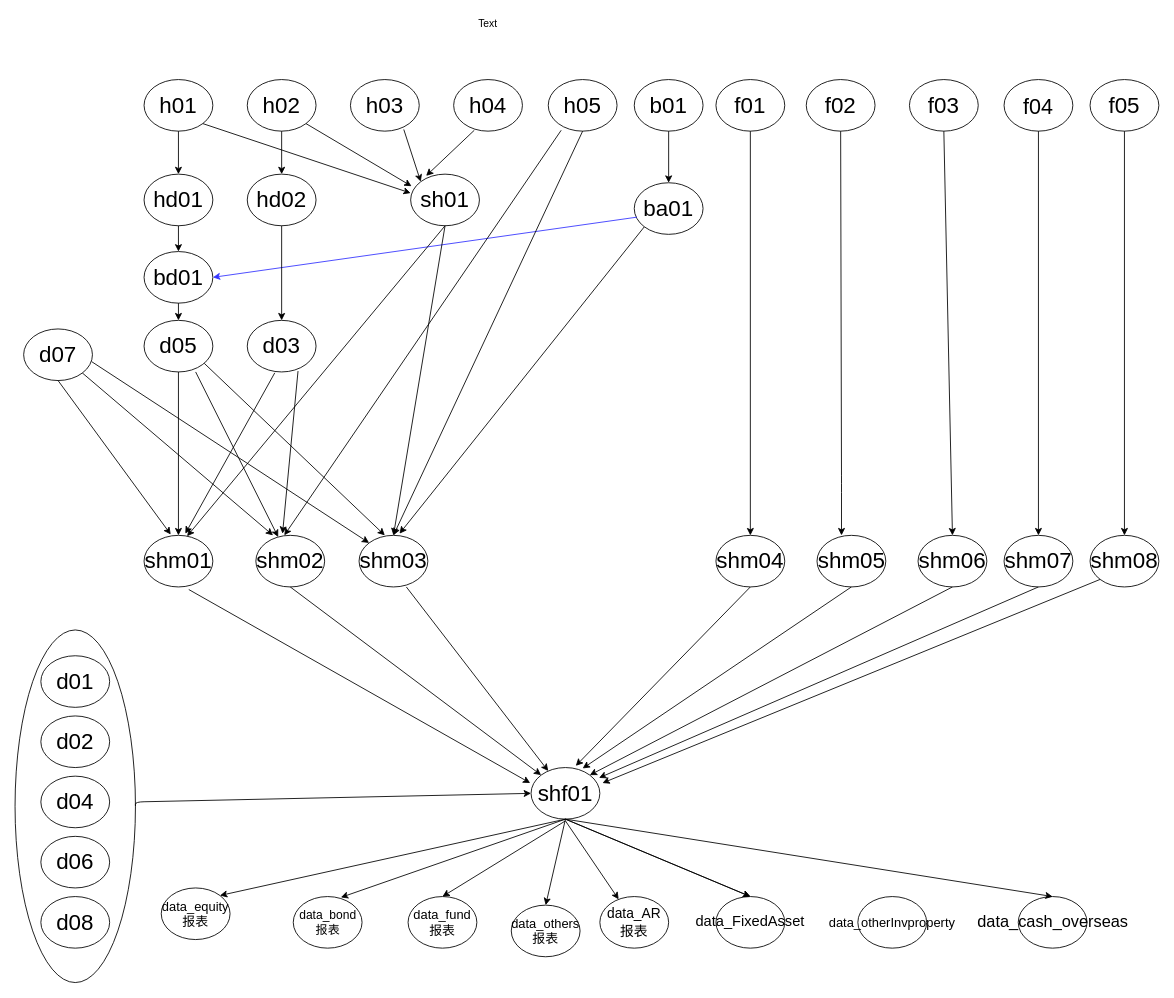
Earlier version of the draw.io diagram taskTreeChat.drawio (gebifeixiang/investment). Source tidied: cells renumbered, new cells numbered last; positions are measured from the earlier drawing's top-left corner, leaving out a move shared by most shapes. Both pictures are drawn from the tidied source at 86%, with x=0, y=0 at pixel (15, 15).
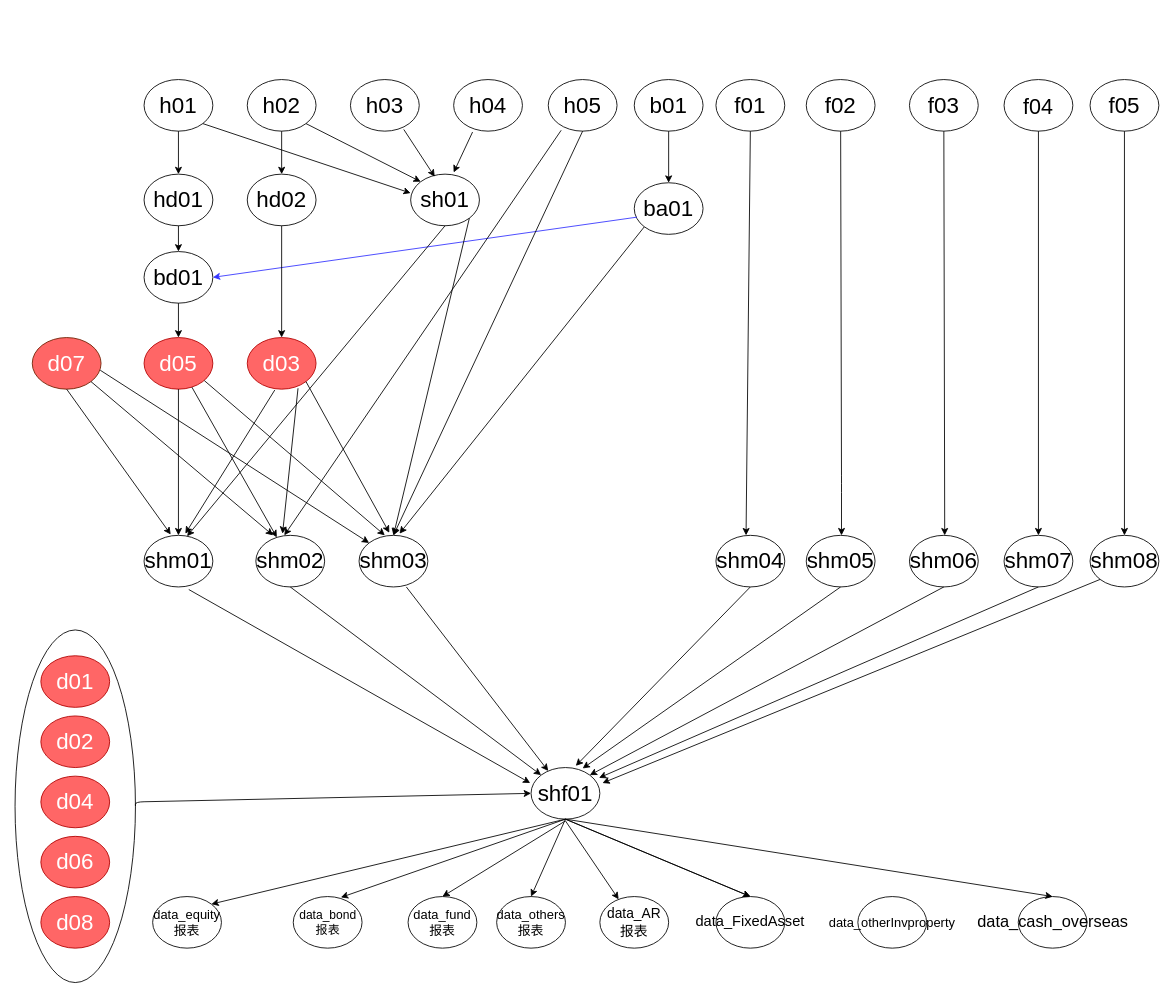
The same diagram, later.

The change refers to these unchanged cells:
```xml
<mxCell id="3" value="&lt;font style=&quot;font-size: 26px&quot;&gt;h04&lt;/font&gt;" style="ellipse;whiteSpace=wrap;html=1;" parent="1" vertex="1">
  <mxGeometry x="510" y="75" width="80" height="60" as="geometry" />
</mxCell>
<mxCell id="5" value="&lt;font style=&quot;font-size: 26px&quot;&gt;h02&lt;/font&gt;" style="ellipse;whiteSpace=wrap;html=1;strokeColor=#000000;strokeWidth=1;" parent="1" vertex="1">
  <mxGeometry x="270" y="75" width="80" height="60" as="geometry" />
</mxCell>
<mxCell id="6" value="&lt;font style=&quot;font-size: 26px&quot;&gt;h03&lt;/font&gt;" style="ellipse;whiteSpace=wrap;html=1;" parent="1" vertex="1">
  <mxGeometry x="390" y="75" width="80" height="60" as="geometry" />
</mxCell>
<mxCell id="7" value="&lt;font style=&quot;font-size: 25px&quot;&gt;f04&lt;/font&gt;" style="ellipse;whiteSpace=wrap;html=1;" parent="1" vertex="1">
  <mxGeometry x="1150" y="75" width="80" height="60" as="geometry" />
</mxCell>
<mxCell id="8" value="&lt;font style=&quot;font-size: 26px&quot;&gt;f03&lt;/font&gt;" style="ellipse;whiteSpace=wrap;html=1;" parent="1" vertex="1">
  <mxGeometry x="1040" y="75" width="80" height="60" as="geometry" />
</mxCell>
<mxCell id="10" value="&lt;font style=&quot;font-size: 26px&quot;&gt;f01&lt;/font&gt;" style="ellipse;whiteSpace=wrap;html=1;" parent="1" vertex="1">
  <mxGeometry x="815" y="75" width="80" height="60" as="geometry" />
</mxCell>
<mxCell id="18" value="&lt;font style=&quot;font-size: 26px&quot;&gt;shm04&lt;/font&gt;" style="ellipse;whiteSpace=wrap;html=1;" parent="1" vertex="1">
  <mxGeometry x="815" y="605" width="80" height="60" as="geometry" />
</mxCell>
<mxCell id="19" value="&lt;font style=&quot;font-size: 26px&quot;&gt;shm03&lt;/font&gt;" style="ellipse;whiteSpace=wrap;html=1;" parent="1" vertex="1">
  <mxGeometry x="400" y="605" width="80" height="60" as="geometry" />
</mxCell>
<mxCell id="20" value="&lt;font style=&quot;font-size: 26px&quot;&gt;shm02&lt;/font&gt;" style="ellipse;whiteSpace=wrap;html=1;" parent="1" vertex="1">
  <mxGeometry x="280" y="605" width="80" height="60" as="geometry" />
</mxCell>
<mxCell id="23" value="&lt;font style=&quot;font-size: 26px&quot;&gt;shm07&lt;/font&gt;" style="ellipse;whiteSpace=wrap;html=1;" parent="1" vertex="1">
  <mxGeometry x="1150" y="605" width="80" height="60" as="geometry" />
</mxCell>
<mxCell id="32" value="&lt;font style=&quot;font-size: 26px&quot;&gt;sh01&lt;/font&gt;" style="ellipse;whiteSpace=wrap;html=1;" parent="1" vertex="1">
  <mxGeometry x="460" y="185" width="80" height="60" as="geometry" />
</mxCell>
```

Diff of the diagram source:
```diff
@@
     <mxCell id="17" value="&lt;font style=&quot;font-size: 26px&quot;&gt;shm05&lt;/font&gt;" style="ellipse;whiteSpace=wrap;html=1;" parent="1" vertex="1">
-      <mxGeometry x="932.5" y="605" width="80" height="60" as="geometry" />
+      <mxGeometry x="920" y="605" width="80" height="60" as="geometry" />
     </mxCell>
@@
     <mxCell id="24" value="&lt;font style=&quot;font-size: 26px&quot;&gt;shm06&lt;/font&gt;" style="ellipse;whiteSpace=wrap;html=1;" parent="1" vertex="1">
-      <mxGeometry x="1050" y="605" width="80" height="60" as="geometry" />
+      <mxGeometry x="1040" y="605" width="80" height="60" as="geometry" />
     </mxCell>
@@
-    <mxCell id="31" value="&lt;font style=&quot;font-size: 26px&quot;&gt;d07&lt;/font&gt;" style="ellipse;whiteSpace=wrap;html=1;" parent="1" vertex="1">
-      <mxGeometry x="10" y="365" width="80" height="60" as="geometry" />
+    <mxCell id="31" value="&lt;font style=&quot;font-size: 26px&quot;&gt;d07&lt;/font&gt;" style="ellipse;whiteSpace=wrap;html=1;fillColor=#FF6666;strokeColor=#6D1F00;fontColor=#ffffff;" parent="1" vertex="1">
+      <mxGeometry x="20" y="375" width="80" height="60" as="geometry" />
     </mxCell>
@@
-    <mxCell id="34" value="&lt;font style=&quot;font-size: 26px&quot;&gt;d05&lt;/font&gt;" style="ellipse;whiteSpace=wrap;html=1;" parent="1" vertex="1">
-      <mxGeometry x="150" y="355" width="80" height="60" as="geometry" />
+    <mxCell id="34" value="&lt;font style=&quot;font-size: 26px&quot;&gt;d05&lt;/font&gt;" style="ellipse;whiteSpace=wrap;html=1;fillColor=#FF6666;strokeColor=#B20000;fontColor=#ffffff;" parent="1" vertex="1">
+      <mxGeometry x="150" y="375" width="80" height="60" as="geometry" />
     </mxCell>
@@
-    <mxCell id="36" value="&lt;font style=&quot;font-size: 26px&quot;&gt;d03&lt;/font&gt;" style="ellipse;whiteSpace=wrap;html=1;" parent="1" vertex="1">
-      <mxGeometry x="270" y="355" width="80" height="60" as="geometry" />
+    <mxCell id="36" value="&lt;font style=&quot;font-size: 26px&quot;&gt;d03&lt;/font&gt;" style="ellipse;whiteSpace=wrap;html=1;fillColor=#FF6666;strokeColor=#B20000;fontColor=#ffffff;" parent="1" vertex="1">
+      <mxGeometry x="270" y="375" width="80" height="60" as="geometry" />
     </mxCell>
@@
-    <mxCell id="41" style="endArrow=classic;html=1;" parent="1" edge="1" target="20">
-      <mxGeometry relative="1" as="geometry">
-        <mxPoint x="210" y="415" as="sourcePoint" />
-      </mxGeometry>
+    <mxCell id="41" style="endArrow=classic;html=1;" parent="1" edge="1" source="34" target="20">
+      <mxGeometry relative="1" as="geometry" />
     </mxCell>
@@
-    <mxCell id="46" value="&lt;font style=&quot;font-size: 26px&quot;&gt;d01&lt;/font&gt;" style="ellipse;whiteSpace=wrap;html=1;" parent="1" vertex="1">
+    <mxCell id="46" value="&lt;font style=&quot;font-size: 26px&quot;&gt;d01&lt;/font&gt;" style="ellipse;whiteSpace=wrap;html=1;fillColor=#FF6666;strokeColor=#B20000;fontColor=#ffffff;" parent="1" vertex="1">
       <mxGeometry x="30" y="745" width="80" height="60" as="geometry" />
     </mxCell>
-    <mxCell id="47" value="&lt;font style=&quot;font-size: 26px&quot;&gt;d04&lt;/font&gt;" style="ellipse;whiteSpace=wrap;html=1;" parent="1" vertex="1">
+    <mxCell id="47" value="&lt;font style=&quot;font-size: 26px&quot;&gt;d04&lt;/font&gt;" style="ellipse;whiteSpace=wrap;html=1;fillColor=#FF6666;strokeColor=#B20000;fontColor=#ffffff;" parent="1" vertex="1">
       <mxGeometry x="30" y="885" width="80" height="60" as="geometry" />
     </mxCell>
-    <mxCell id="48" value="&lt;font style=&quot;font-size: 26px&quot;&gt;d02&lt;/font&gt;" style="ellipse;whiteSpace=wrap;html=1;" parent="1" vertex="1">
+    <mxCell id="48" value="&lt;font style=&quot;font-size: 26px&quot;&gt;d02&lt;/font&gt;" style="ellipse;whiteSpace=wrap;html=1;fillColor=#FF6666;strokeColor=#B20000;fontColor=#ffffff;" parent="1" vertex="1">
       <mxGeometry x="30" y="815" width="80" height="60" as="geometry" />
     </mxCell>
-    <mxCell id="49" value="&lt;font style=&quot;font-size: 26px&quot;&gt;d06&lt;/font&gt;" style="ellipse;whiteSpace=wrap;html=1;" parent="1" vertex="1">
+    <mxCell id="49" value="&lt;font style=&quot;font-size: 26px&quot;&gt;d06&lt;/font&gt;" style="ellipse;whiteSpace=wrap;html=1;fillColor=#FF6666;strokeColor=#B20000;fontColor=#ffffff;" parent="1" vertex="1">
       <mxGeometry x="30" y="955" width="80" height="60" as="geometry" />
     </mxCell>
-    <mxCell id="50" value="&lt;font style=&quot;font-size: 26px&quot;&gt;d08&lt;/font&gt;" style="ellipse;whiteSpace=wrap;html=1;" parent="1" vertex="1">
+    <mxCell id="50" value="&lt;font style=&quot;font-size: 26px&quot;&gt;d08&lt;/font&gt;" style="ellipse;whiteSpace=wrap;html=1;fillColor=#FF6666;strokeColor=#B20000;fontColor=#ffffff;" parent="1" vertex="1">
       <mxGeometry x="30" y="1025" width="80" height="60" as="geometry" />
     </mxCell>
     <mxCell id="51" value="&lt;font style=&quot;font-size: 15px&quot;&gt;data_equity报表&lt;/font&gt;" style="ellipse;whiteSpace=wrap;html=1;" parent="1" vertex="1">
-      <mxGeometry x="170" y="1015" width="80" height="60" as="geometry" />
+      <mxGeometry x="160" y="1025" width="80" height="60" as="geometry" />
     </mxCell>
@@
     <mxCell id="54" value="&lt;font style=&quot;font-size: 15px&quot;&gt;data_others报表&lt;/font&gt;" style="ellipse;whiteSpace=wrap;html=1;" parent="1" vertex="1">
-      <mxGeometry x="577" y="1035" width="80" height="60" as="geometry" />
+      <mxGeometry x="560" y="1025" width="80" height="60" as="geometry" />
     </mxCell>
@@
-    <mxCell id="69" style="endArrow=classic;html=1;exitX=1;exitY=1;exitDx=0;exitDy=0;entryX=0.013;entryY=0.233;entryDx=0;entryDy=0;entryPerimeter=0;" parent="1" edge="1" source="5" target="32">
+    <mxCell id="69" style="endArrow=classic;html=1;exitX=1;exitY=1;exitDx=0;exitDy=0;entryX=0;entryY=0;entryDx=0;entryDy=0;" parent="1" edge="1" source="5" target="32">
       <mxGeometry relative="1" as="geometry" />
     </mxCell>
-    <mxCell id="70" style="endArrow=classic;html=1;exitX=0.775;exitY=0.967;exitDx=0;exitDy=0;exitPerimeter=0;entryX=0;entryY=0;entryDx=0;entryDy=0;" parent="1" edge="1" source="6" target="32">
+    <mxCell id="70" style="endArrow=classic;html=1;exitX=0.775;exitY=0.967;exitDx=0;exitDy=0;exitPerimeter=0;entryX=0.35;entryY=0.05;entryDx=0;entryDy=0;entryPerimeter=0;" parent="1" edge="1" source="6" target="32">
       <mxGeometry relative="1" as="geometry" />
     </mxCell>
-    <mxCell id="71" style="endArrow=classic;html=1;exitX=0.3;exitY=0.983;exitDx=0;exitDy=0;exitPerimeter=0;entryX=0.225;entryY=0.033;entryDx=0;entryDy=0;entryPerimeter=0;" parent="1" edge="1" source="3" target="32">
-      <mxGeometry relative="1" as="geometry" />
-    </mxCell>
@@
-    <mxCell id="73" style="endArrow=classic;html=1;entryX=0.5;entryY=0;entryDx=0;entryDy=0;" parent="1" edge="1" target="19">
-      <mxGeometry relative="1" as="geometry">
-        <mxPoint x="500" y="245" as="sourcePoint" />
-      </mxGeometry>
+    <mxCell id="73" style="endArrow=classic;html=1;entryX=0.5;entryY=0;entryDx=0;entryDy=0;exitX=1;exitY=1;exitDx=0;exitDy=0;" parent="1" edge="1" source="32" target="19">
+      <mxGeometry relative="1" as="geometry" />
     </mxCell>
@@
-    <mxCell id="83" style="endArrow=classic;html=1;exitX=0.5;exitY=1;exitDx=0;exitDy=0;entryX=0.5;entryY=0;entryDx=0;entryDy=0;" parent="1" edge="1" source="10" target="18">
-      <mxGeometry relative="1" as="geometry" />
+    <mxCell id="83" style="endArrow=classic;html=1;exitX=0.5;exitY=1;exitDx=0;exitDy=0;" parent="1" edge="1" source="10">
+      <mxGeometry relative="1" as="geometry">
+        <mxPoint x="850" y="605" as="targetPoint" />
+      </mxGeometry>
     </mxCell>
@@
-    <mxCell id="85" style="endArrow=classic;html=1;exitX=0.5;exitY=1;exitDx=0;exitDy=0;entryX=0.5;entryY=0;entryDx=0;entryDy=0;" parent="1" edge="1" source="8" target="24">
-      <mxGeometry relative="1" as="geometry" />
+    <mxCell id="85" style="endArrow=classic;html=1;exitX=0.5;exitY=1;exitDx=0;exitDy=0;" parent="1" edge="1" source="8">
+      <mxGeometry relative="1" as="geometry">
+        <mxPoint x="1081" y="605" as="targetPoint" />
+      </mxGeometry>
     </mxCell>
-    <mxCell id="86" style="endArrow=classic;html=1;exitX=0.5;exitY=1;exitDx=0;exitDy=0;entryX=0.5;entryY=0;entryDx=0;entryDy=0;" parent="1" edge="1" source="7" target="23">
-      <mxGeometry relative="1" as="geometry" />
+    <mxCell id="86" style="endArrow=classic;html=1;exitX=0.5;exitY=1;exitDx=0;exitDy=0;" parent="1" edge="1" source="7">
+      <mxGeometry relative="1" as="geometry">
+        <mxPoint x="1190" y="605" as="targetPoint" />
+      </mxGeometry>
     </mxCell>
@@
-    <mxCell id="88" value="Text" style="text;html=1;align=left;verticalAlign=top;spacingTop=-4;" parent="1" vertex="1">
-      <mxGeometry x="537" width="40" height="20" as="geometry" />
-    </mxCell>
@@
+    <mxCell id="71" style="endArrow=classic;html=1;entryX=0.625;entryY=-0.033;entryDx=0;entryDy=0;entryPerimeter=0;exitX=0.275;exitY=1.017;exitDx=0;exitDy=0;exitPerimeter=0;" parent="1" edge="1" source="3" target="32">
+      <mxGeometry relative="1" as="geometry" />
+    </mxCell>
+    <mxCell id="91" style="endArrow=classic;html=1;exitX=1;exitY=1;exitDx=0;exitDy=0;entryX=0.44;entryY=-0.05;entryDx=0;entryDy=0;entryPerimeter=0;" parent="1" edge="1" source="36" target="19">
+      <mxGeometry relative="1" as="geometry" />
+    </mxCell>
```
